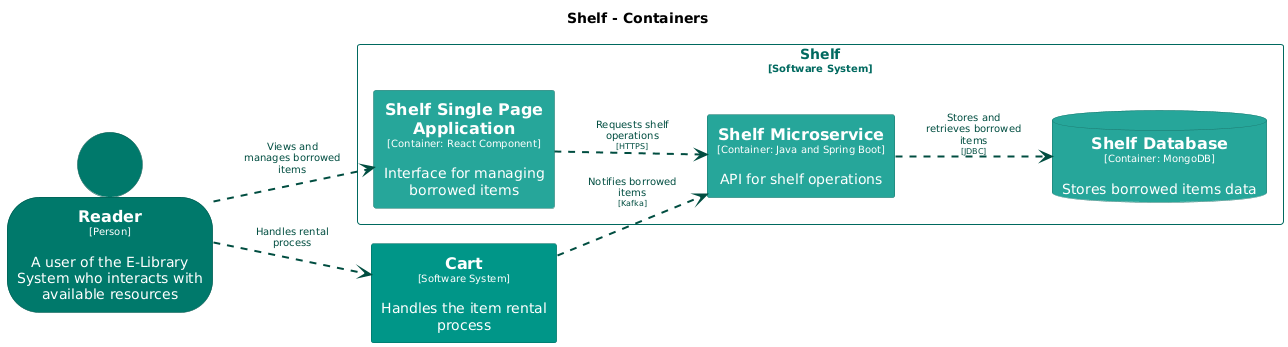
This is main/png/Container-002.png from Goodmorning918/E-Library-Architecture, a PlantUML export, as it was before one commit.
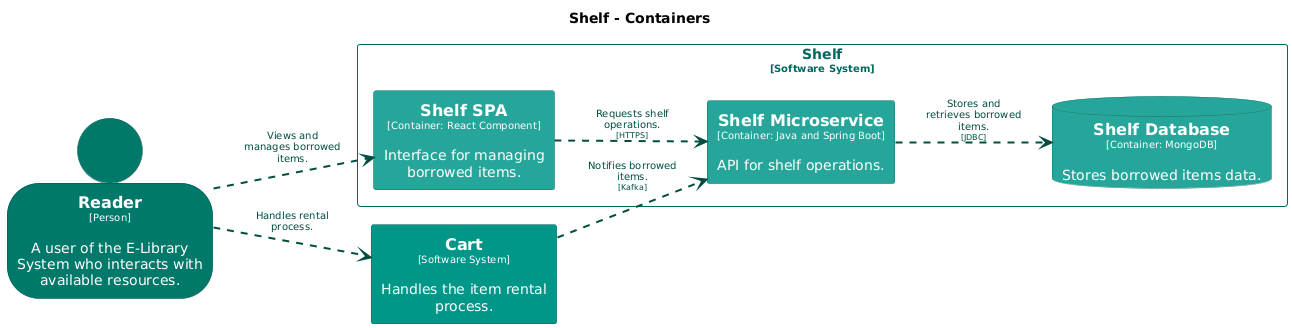
Above is the later version.

Diff of the diagram source:
```diff
@@ -37,7 +37,7 @@
   BorderColor #1a746b
   shadowing false
 }
-skinparam rectangle<<Shelf.ShelfSinglePageApplication>> {
+skinparam rectangle<<Shelf.ShelfSPA>> {
   BackgroundColor #26a69a
   FontColor #ffffff
   BorderColor #1a746b
@@ -49,18 +49,18 @@
   shadowing false
 }
 
-person "==Reader\n<size:10>[Person]</size>\n\nA user of the E-Library System who interacts with available resources" <<Reader>> as Reader
-rectangle "==Cart\n<size:10>[Software System]</size>\n\nHandles the item rental process" <<Cart>> as Cart
+person "==Reader\n<size:10>[Person]</size>\n\nA user of the E-Library System who interacts with available resources." <<Reader>> as Reader
+rectangle "==Cart\n<size:10>[Software System]</size>\n\nHandles the item rental process." <<Cart>> as Cart
 
 rectangle "Shelf\n<size:10>[Software System]</size>" <<Shelf>> {
-  database "==Shelf Database\n<size:10>[Container: MongoDB]</size>\n\nStores borrowed items data" <<Shelf.ShelfDatabase>> as Shelf.ShelfDatabase
-  rectangle "==Shelf Single Page Application\n<size:10>[Container: React Component]</size>\n\nInterface for managing borrowed items" <<Shelf.ShelfSinglePageApplication>> as Shelf.ShelfSinglePageApplication
-  rectangle "==Shelf Microservice\n<size:10>[Container: Java and Spring Boot]</size>\n\nAPI for shelf operations" <<Shelf.ShelfMicroservice>> as Shelf.ShelfMicroservice
+  database "==Shelf Database\n<size:10>[Container: MongoDB]</size>\n\nStores borrowed items data." <<Shelf.ShelfDatabase>> as Shelf.ShelfDatabase
+  rectangle "==Shelf SPA\n<size:10>[Container: React Component]</size>\n\nInterface for managing borrowed items." <<Shelf.ShelfSPA>> as Shelf.ShelfSPA
+  rectangle "==Shelf Microservice\n<size:10>[Container: Java and Spring Boot]</size>\n\nAPI for shelf operations." <<Shelf.ShelfMicroservice>> as Shelf.ShelfMicroservice
 }
 
-Reader .[#004d40,thickness=2].> Cart : "<color:#004d40>Handles rental process"
-Reader .[#004d40,thickness=2].> Shelf.ShelfSinglePageApplication : "<color:#004d40>Views and manages borrowed items"
-Shelf.ShelfSinglePageApplication .[#004d40,thickness=2].> Shelf.ShelfMicroservice : "<color:#004d40>Requests shelf operations\n<color:#004d40><size:8>[HTTPS]</size>"
-Shelf.ShelfMicroservice .[#004d40,thickness=2].> Shelf.ShelfDatabase : "<color:#004d40>Stores and retrieves borrowed items\n<color:#004d40><size:8>[JDBC]</size>"
-Cart .[#004d40,thickness=2].> Shelf.ShelfMicroservice : "<color:#004d40>Notifies borrowed items\n<color:#004d40><size:8>[Kafka]</size>"
+Reader .[#004d40,thickness=2].> Cart : "<color:#004d40>Handles rental process."
+Reader .[#004d40,thickness=2].> Shelf.ShelfSPA : "<color:#004d40>Views and manages borrowed items."
+Shelf.ShelfSPA .[#004d40,thickness=2].> Shelf.ShelfMicroservice : "<color:#004d40>Requests shelf operations.\n<color:#004d40><size:8>[HTTPS]</size>"
+Shelf.ShelfMicroservice .[#004d40,thickness=2].> Shelf.ShelfDatabase : "<color:#004d40>Stores and retrieves borrowed items.\n<color:#004d40><size:8>[JDBC]</size>"
+Cart .[#004d40,thickness=2].> Shelf.ShelfMicroservice : "<color:#004d40>Notifies borrowed items.\n<color:#004d40><size:8>[Kafka]</size>"
 @enduml
```
